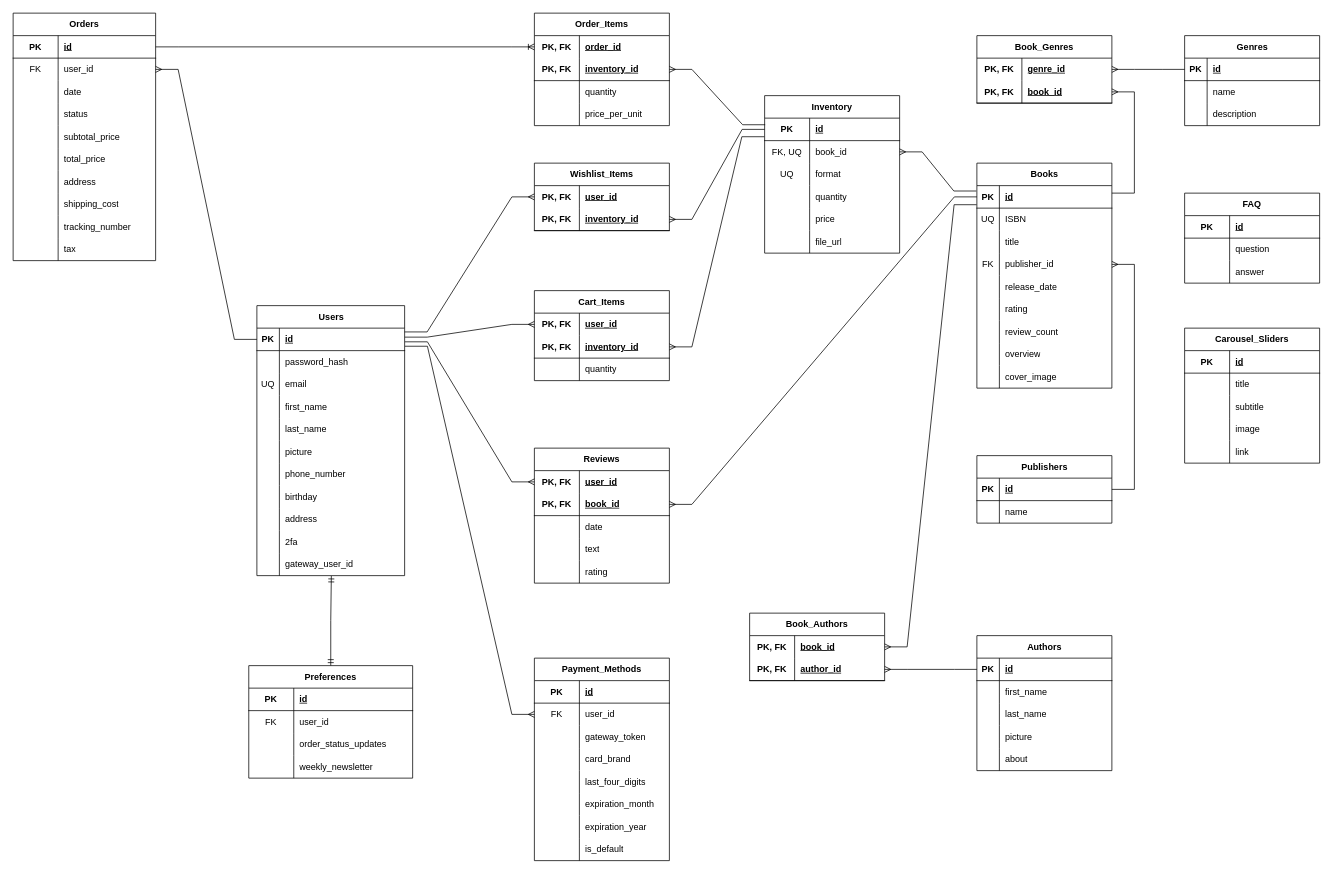
ShayTam/Bookstore keeps this draw.io diagram as ERD.drawio. Above is the earlier version. Source tidied: cells renumbered, new cells numbered last; positions are measured from the earlier drawing's top-left corner, leaving out a move shared by most shapes. Both pictures are drawn from the tidied source at 75%, with x=0, y=0 at pixel (13, 13).
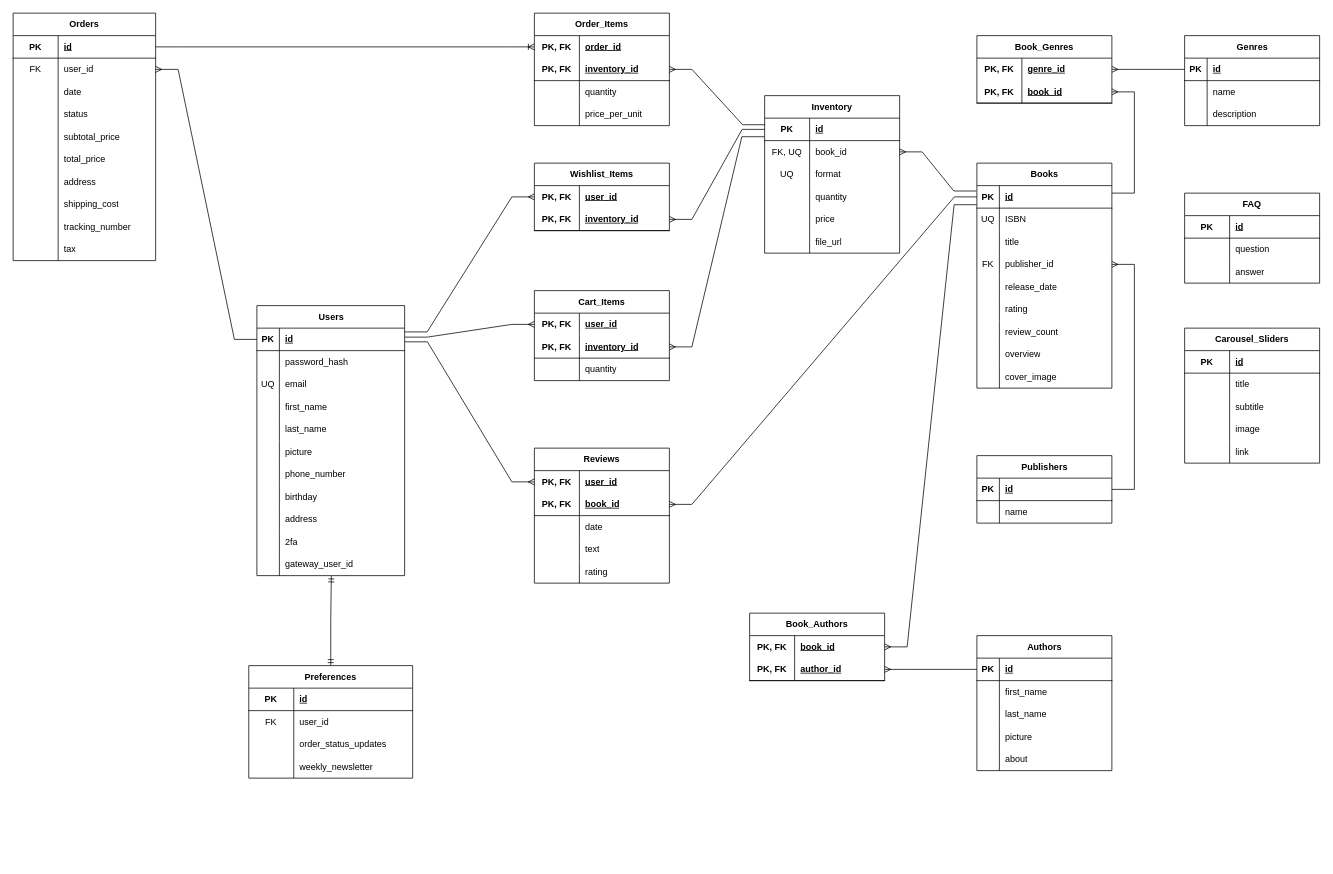
After the change.

Commit message:
Deleted payment method table

The change refers to these unchanged cells:
```xml
<mxCell id="3" style="shape=tableRow;horizontal=0;startSize=0;swimlaneHead=0;swimlaneBody=0;fillColor=none;points=[[0,0.5],[1,0.5]];portConstraint=eastwest;top=0;left=0;right=0;bottom=1;" parent="2" vertex="1">
  <mxGeometry y="30" width="197" height="30" as="geometry" />
</mxCell>
```

The edit, as a diff of the source:
```diff
@@
-    <mxCell id="207" value="Payment_Methods" style="shape=table;startSize=30;childLayout=tableLayout;rowLines=0;fontStyle=1;align=center;html=1;whiteSpace=wrap;" parent="1" vertex="1">
-      <mxGeometry x="695" y="860" width="180" height="270" as="geometry" />
-    </mxCell>
-    <mxCell id="208" style="shape=tableRow;horizontal=0;startSize=0;swimlaneHead=0;swimlaneBody=0;fillColor=none;top=0;left=0;right=0;bottom=1;html=1;" parent="207" vertex="1">
-      <mxGeometry y="30" width="180" height="30" as="geometry" />
-    </mxCell>
-    <mxCell id="209" value="&lt;span style=&quot;font-weight: 700;&quot;&gt;PK&lt;/span&gt;" style="shape=partialRectangle;fillColor=none;top=0;left=0;bottom=0;right=0;fontStyle=0;overflow=hidden;html=1;whiteSpace=wrap;" parent="208" vertex="1">
-      <mxGeometry width="60" height="30" as="geometry" />
-    </mxCell>
-    <mxCell id="210" value="&lt;span style=&quot;font-weight: 700; text-decoration: underline;&quot;&gt;id&lt;/span&gt;" style="shape=partialRectangle;fillColor=none;top=0;left=0;bottom=0;right=0;align=left;spacingLeft=6;fontStyle=0;overflow=hidden;html=1;whiteSpace=wrap;" parent="208" vertex="1">
-      <mxGeometry x="60" width="120" height="30" as="geometry" />
-    </mxCell>
-    <mxCell id="211" style="shape=tableRow;horizontal=0;startSize=0;swimlaneHead=0;swimlaneBody=0;fillColor=none;points=[[0,0.5],[1,0.5]];portConstraint=eastwest;top=0;left=0;right=0;bottom=0;html=1;" parent="207" vertex="1">
-      <mxGeometry y="60" width="180" height="30" as="geometry" />
-    </mxCell>
-    <mxCell id="212" value="FK" style="shape=partialRectangle;fillColor=none;top=0;left=0;bottom=0;right=0;overflow=hidden;html=1;whiteSpace=wrap;" parent="211" vertex="1">
-      <mxGeometry width="60" height="30" as="geometry" />
-    </mxCell>
-    <mxCell id="213" value="user_id" style="shape=partialRectangle;fillColor=none;top=0;left=0;bottom=0;right=0;align=left;spacingLeft=6;overflow=hidden;html=1;whiteSpace=wrap;" parent="211" vertex="1">
-      <mxGeometry x="60" width="120" height="30" as="geometry" />
-    </mxCell>
-    <mxCell id="214" style="shape=tableRow;horizontal=0;startSize=0;swimlaneHead=0;swimlaneBody=0;fillColor=none;top=0;left=0;right=0;bottom=0;html=1;" parent="207" vertex="1">
-      <mxGeometry y="90" width="180" height="30" as="geometry" />
-    </mxCell>
-    <mxCell id="215" style="shape=partialRectangle;fillColor=none;top=0;left=0;bottom=0;right=0;overflow=hidden;html=1;whiteSpace=wrap;" parent="214" vertex="1">
-      <mxGeometry width="60" height="30" as="geometry" />
-    </mxCell>
-    <mxCell id="216" value="gateway_token" style="shape=partialRectangle;fillColor=none;top=0;left=0;bottom=0;right=0;align=left;spacingLeft=6;overflow=hidden;html=1;whiteSpace=wrap;" parent="214" vertex="1">
-      <mxGeometry x="60" width="120" height="30" as="geometry" />
-    </mxCell>
-    <mxCell id="217" style="shape=tableRow;horizontal=0;startSize=0;swimlaneHead=0;swimlaneBody=0;fillColor=none;top=0;left=0;right=0;bottom=0;html=1;" parent="207" vertex="1">
-      <mxGeometry y="120" width="180" height="30" as="geometry" />
-    </mxCell>
-    <mxCell id="218" style="shape=partialRectangle;fillColor=none;top=0;left=0;bottom=0;right=0;overflow=hidden;html=1;whiteSpace=wrap;" parent="217" vertex="1">
-      <mxGeometry width="60" height="30" as="geometry" />
-    </mxCell>
-    <mxCell id="219" value="card_brand" style="shape=partialRectangle;fillColor=none;top=0;left=0;bottom=0;right=0;align=left;spacingLeft=6;overflow=hidden;html=1;whiteSpace=wrap;" parent="217" vertex="1">
-      <mxGeometry x="60" width="120" height="30" as="geometry" />
-    </mxCell>
-    <mxCell id="220" style="shape=tableRow;horizontal=0;startSize=0;swimlaneHead=0;swimlaneBody=0;fillColor=none;top=0;left=0;right=0;bottom=0;html=1;" parent="207" vertex="1">
-      <mxGeometry y="150" width="180" height="30" as="geometry" />
-    </mxCell>
-    <mxCell id="221" style="shape=partialRectangle;fillColor=none;top=0;left=0;bottom=0;right=0;overflow=hidden;html=1;whiteSpace=wrap;" parent="220" vertex="1">
-      <mxGeometry width="60" height="30" as="geometry" />
-    </mxCell>
-    <mxCell id="222" value="last_four_digits" style="shape=partialRectangle;fillColor=none;top=0;left=0;bottom=0;right=0;align=left;spacingLeft=6;overflow=hidden;html=1;whiteSpace=wrap;" parent="220" vertex="1">
-      <mxGeometry x="60" width="120" height="30" as="geometry" />
-    </mxCell>
-    <mxCell id="223" style="shape=tableRow;horizontal=0;startSize=0;swimlaneHead=0;swimlaneBody=0;fillColor=none;top=0;left=0;right=0;bottom=0;html=1;" parent="207" vertex="1">
-      <mxGeometry y="180" width="180" height="30" as="geometry" />
-    </mxCell>
-    <mxCell id="224" style="shape=partialRectangle;fillColor=none;top=0;left=0;bottom=0;right=0;overflow=hidden;html=1;whiteSpace=wrap;" parent="223" vertex="1">
-      <mxGeometry width="60" height="30" as="geometry" />
-    </mxCell>
-    <mxCell id="225" value="expiration_month" style="shape=partialRectangle;fillColor=none;top=0;left=0;bottom=0;right=0;align=left;spacingLeft=6;overflow=hidden;html=1;whiteSpace=wrap;" parent="223" vertex="1">
-      <mxGeometry x="60" width="120" height="30" as="geometry" />
-    </mxCell>
-    <mxCell id="226" style="shape=tableRow;horizontal=0;startSize=0;swimlaneHead=0;swimlaneBody=0;fillColor=none;top=0;left=0;right=0;bottom=0;html=1;" parent="207" vertex="1">
-      <mxGeometry y="210" width="180" height="30" as="geometry" />
-    </mxCell>
-    <mxCell id="227" style="shape=partialRectangle;fillColor=none;top=0;left=0;bottom=0;right=0;overflow=hidden;html=1;whiteSpace=wrap;" parent="226" vertex="1">
-      <mxGeometry width="60" height="30" as="geometry" />
-    </mxCell>
-    <mxCell id="228" value="expiration_year" style="shape=partialRectangle;fillColor=none;top=0;left=0;bottom=0;right=0;align=left;spacingLeft=6;overflow=hidden;html=1;whiteSpace=wrap;" parent="226" vertex="1">
-      <mxGeometry x="60" width="120" height="30" as="geometry" />
-    </mxCell>
-    <mxCell id="229" style="shape=tableRow;horizontal=0;startSize=0;swimlaneHead=0;swimlaneBody=0;fillColor=none;top=0;left=0;right=0;bottom=0;html=1;" parent="207" vertex="1">
-      <mxGeometry y="240" width="180" height="30" as="geometry" />
-    </mxCell>
-    <mxCell id="230" style="shape=partialRectangle;fillColor=none;top=0;left=0;bottom=0;right=0;overflow=hidden;html=1;whiteSpace=wrap;" parent="229" vertex="1">
-      <mxGeometry width="60" height="30" as="geometry" />
-    </mxCell>
-    <mxCell id="231" value="is_default" style="shape=partialRectangle;fillColor=none;top=0;left=0;bottom=0;right=0;align=left;spacingLeft=6;overflow=hidden;html=1;whiteSpace=wrap;" parent="229" vertex="1">
-      <mxGeometry x="60" width="120" height="30" as="geometry" />
-    </mxCell>
-    <mxCell id="232" style="edgeStyle=entityRelationEdgeStyle;fontSize=12;html=1;endArrow=ERmany;rounded=0;endFill=0;exitX=1.002;exitY=0.805;exitDx=0;exitDy=0;exitPerimeter=0;" parent="1" edge="1" source="3" target="211">
-      <mxGeometry relative="1" as="geometry" />
-    </mxCell>
```
